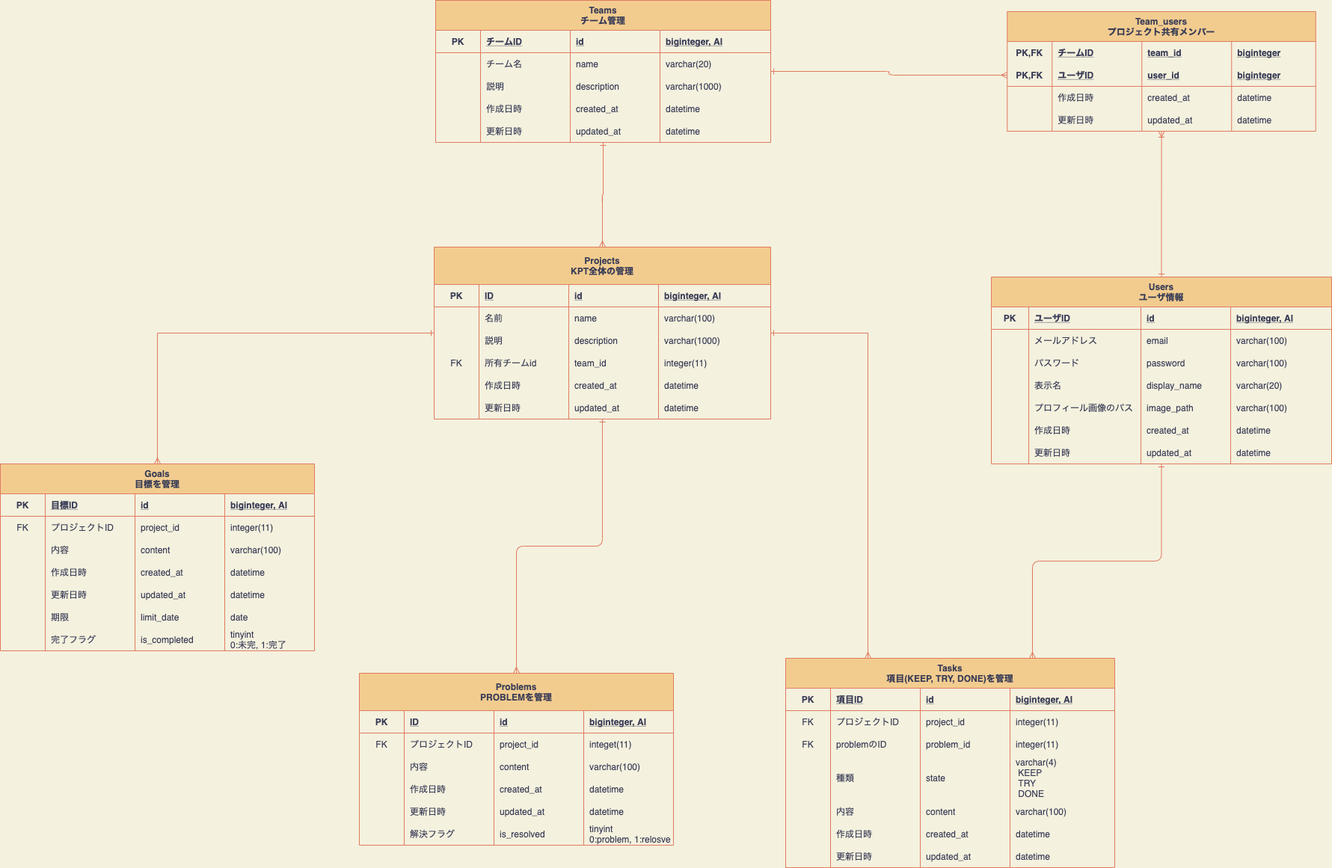
The draw.io diagram database_er_diagram.png in nanas773/kpt-design, before a commit. Source tidied: cells renumbered, new cells last; positions are measured from the earlier drawing's top-left corner, leaving out a move shared by most shapes.
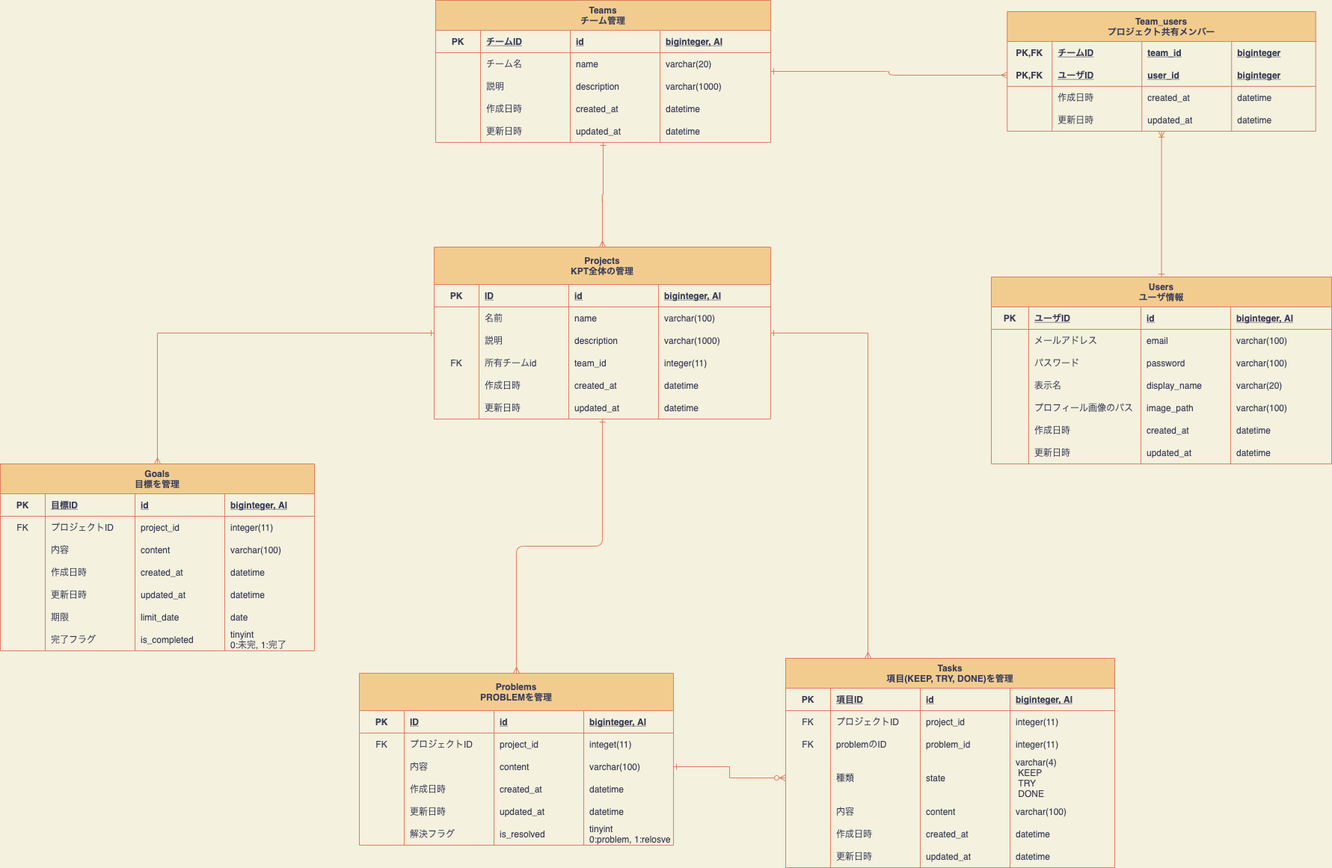
Above is the later version.

Commit message:
Add: ER図の書き出し

Change to the diagram source:
```diff
@@ -5,10 +5,7 @@
     <mxCell id="2" style="edgeStyle=orthogonalEdgeStyle;curved=0;rounded=1;sketch=0;jettySize=auto;html=1;exitX=0.25;exitY=1;exitDx=0;exitDy=0;entryX=1;entryY=0.5;entryDx=0;entryDy=0;startArrow=ERzeroToOne;startFill=1;endArrow=ERmany;endFill=0;strokeColor=#E07A5F;fillColor=#F2CC8F;fontColor=#393C56;labelBackgroundColor=#F4F1DE;" parent="1" edge="1" source="5">
       <mxGeometry relative="1" as="geometry" />
     </mxCell>
-    <mxCell id="3" style="edgeStyle=orthogonalEdgeStyle;curved=0;rounded=1;sketch=0;jettySize=auto;html=1;entryX=0.75;entryY=0;entryDx=0;entryDy=0;startArrow=ERone;startFill=0;endArrow=ERmany;endFill=0;strokeColor=#E07A5F;fillColor=#F2CC8F;fontColor=#393C56;labelBackgroundColor=#F4F1DE;" parent="1" edge="1" source="5" target="68">
-      <mxGeometry relative="1" as="geometry" />
-    </mxCell>
-    <mxCell id="4" style="edgeStyle=orthogonalEdgeStyle;curved=0;rounded=1;sketch=0;jettySize=auto;html=1;exitX=0.5;exitY=0;exitDx=0;exitDy=0;strokeColor=#E07A5F;fillColor=#F2CC8F;fontColor=#393C56;endArrow=ERoneToMany;endFill=0;startArrow=ERone;startFill=0;" parent="1" edge="1" source="5" target="211">
+    <mxCell id="4" style="edgeStyle=orthogonalEdgeStyle;curved=0;rounded=1;sketch=0;jettySize=auto;html=1;exitX=0.5;exitY=0;exitDx=0;exitDy=0;strokeColor=#E07A5F;fillColor=#F2CC8F;fontColor=#393C56;endArrow=ERoneToMany;endFill=0;startArrow=ERone;startFill=0;labelBackgroundColor=#F4F1DE;" parent="1" edge="1" source="5" target="211">
       <mxGeometry relative="1" as="geometry" />
     </mxCell>
     <mxCell id="5" value="Users&#10;ユーザ情報" style="shape=table;startSize=40;rowLines=0;fontStyle=1;align=center;rounded=0;sketch=0;strokeColor=#E07A5F;fillColor=#F2CC8F;fontColor=#393C56;" parent="1" vertex="1">
@@ -404,7 +401,7 @@
     <mxCell id="135" style="edgeStyle=orthogonalEdgeStyle;curved=0;rounded=1;sketch=0;jettySize=auto;html=1;entryX=0.5;entryY=0;entryDx=0;entryDy=0;startArrow=ERone;startFill=0;endArrow=ERmany;endFill=0;strokeColor=#E07A5F;fillColor=#F2CC8F;fontColor=#393C56;labelBackgroundColor=#F4F1DE;" parent="1" edge="1" source="137" target="104">
       <mxGeometry relative="1" as="geometry" />
     </mxCell>
-    <mxCell id="136" style="edgeStyle=orthogonalEdgeStyle;curved=0;rounded=1;sketch=0;jettySize=auto;html=1;exitX=0.5;exitY=0;exitDx=0;exitDy=0;strokeColor=#E07A5F;fillColor=#F2CC8F;fontColor=#393C56;endArrow=ERone;endFill=0;startArrow=ERmany;startFill=0;" parent="1" edge="1" source="137" target="42">
+    <mxCell id="136" style="edgeStyle=orthogonalEdgeStyle;curved=0;rounded=1;sketch=0;jettySize=auto;html=1;exitX=0.5;exitY=0;exitDx=0;exitDy=0;strokeColor=#E07A5F;fillColor=#F2CC8F;fontColor=#393C56;endArrow=ERone;endFill=0;startArrow=ERmany;startFill=0;labelBackgroundColor=#F4F1DE;" parent="1" edge="1" source="137" target="42">
       <mxGeometry relative="1" as="geometry" />
     </mxCell>
     <mxCell id="137" value="Projects&#10;KPT全体の管理" style="shape=table;startSize=50;rowLines=0;fontStyle=1;align=center;fillColor=#F2CC8F;strokeColor=#E07A5F;fontColor=#393C56;" parent="1" vertex="1">
@@ -702,8 +699,11 @@
     <mxCell id="231" value="datetime" style="shape=partialRectangle;fillColor=none;top=0;left=0;bottom=0;right=0;align=left;spacingLeft=6;overflow=hidden;strokeColor=#E07A5F;fontColor=#393C56;" parent="227" vertex="1">
       <mxGeometry x="300" width="112.5" height="30" as="geometry" />
     </mxCell>
-    <mxCell id="232" style="edgeStyle=orthogonalEdgeStyle;curved=0;rounded=1;sketch=0;jettySize=auto;html=1;exitX=0;exitY=0.5;exitDx=0;exitDy=0;strokeColor=#E07A5F;fillColor=#F2CC8F;fontColor=#393C56;startArrow=ERmany;startFill=0;endArrow=ERone;endFill=0;" parent="1" edge="1" source="217" target="42">
+    <mxCell id="232" style="edgeStyle=orthogonalEdgeStyle;curved=0;rounded=1;sketch=0;jettySize=auto;html=1;exitX=0;exitY=0.5;exitDx=0;exitDy=0;strokeColor=#E07A5F;fillColor=#F2CC8F;fontColor=#393C56;startArrow=ERmany;startFill=0;endArrow=ERone;endFill=0;labelBackgroundColor=#F4F1DE;" parent="1" edge="1" source="217" target="42">
       <mxGeometry relative="1" as="geometry" />
     </mxCell>
+    <mxCell id="233" style="edgeStyle=orthogonalEdgeStyle;rounded=0;jettySize=auto;html=1;exitX=1;exitY=0.5;exitDx=0;exitDy=0;entryX=0;entryY=0.5;entryDx=0;entryDy=0;labelBackgroundColor=#F4F1DE;strokeColor=#E07A5F;fontColor=#393C56;startArrow=ERone;startFill=0;endArrow=ERzeroToMany;endFill=1;" parent="1" edge="1" source="115" target="84">
+      <mxGeometry relative="1" as="geometry" />
+    </mxCell>
   </root>
 </mxGraphModel>
```
